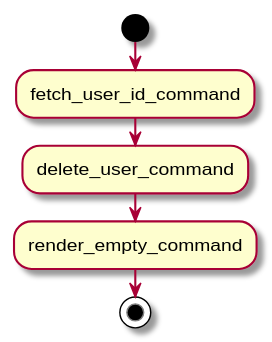
The PlantUML diagram build/uml/user_delete_controller.svg in arpb2/C-3PO, before a commit. The source it was exported from:
```plantuml
@startuml
start
:fetch_user_id_command;
:delete_user_command;
:render_empty_command;
stop
@enduml
```
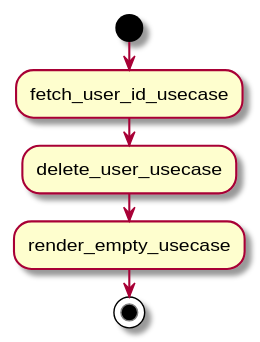
Above is the later version.

Diff of the diagram source:
```diff
@@ -1,7 +1,7 @@
 @startuml
 start
-:fetch_user_id_command;
-:delete_user_command;
-:render_empty_command;
+:fetch_user_id_usecase;
+:delete_user_usecase;
+:render_empty_usecase;
 stop
 @enduml
```
